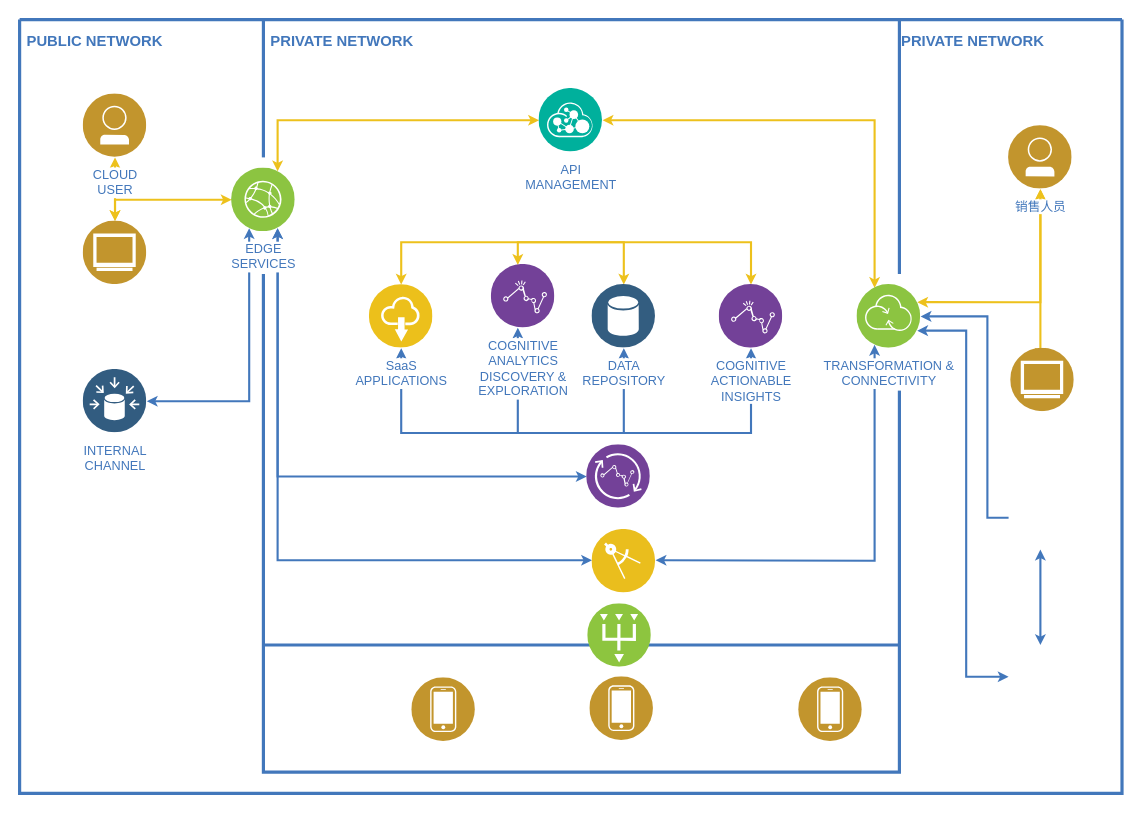
Before: craft/Untitled Diagram.drawio in feihu618/drawio, a draw.io diagram. Source tidied: cells renumbered, new cells numbered last; positions are measured from the earlier drawing's top-left corner, leaving out a move shared by most shapes. Both pictures are drawn from the tidied source at 106%, with x=0, y=0 at pixel (19, 19).
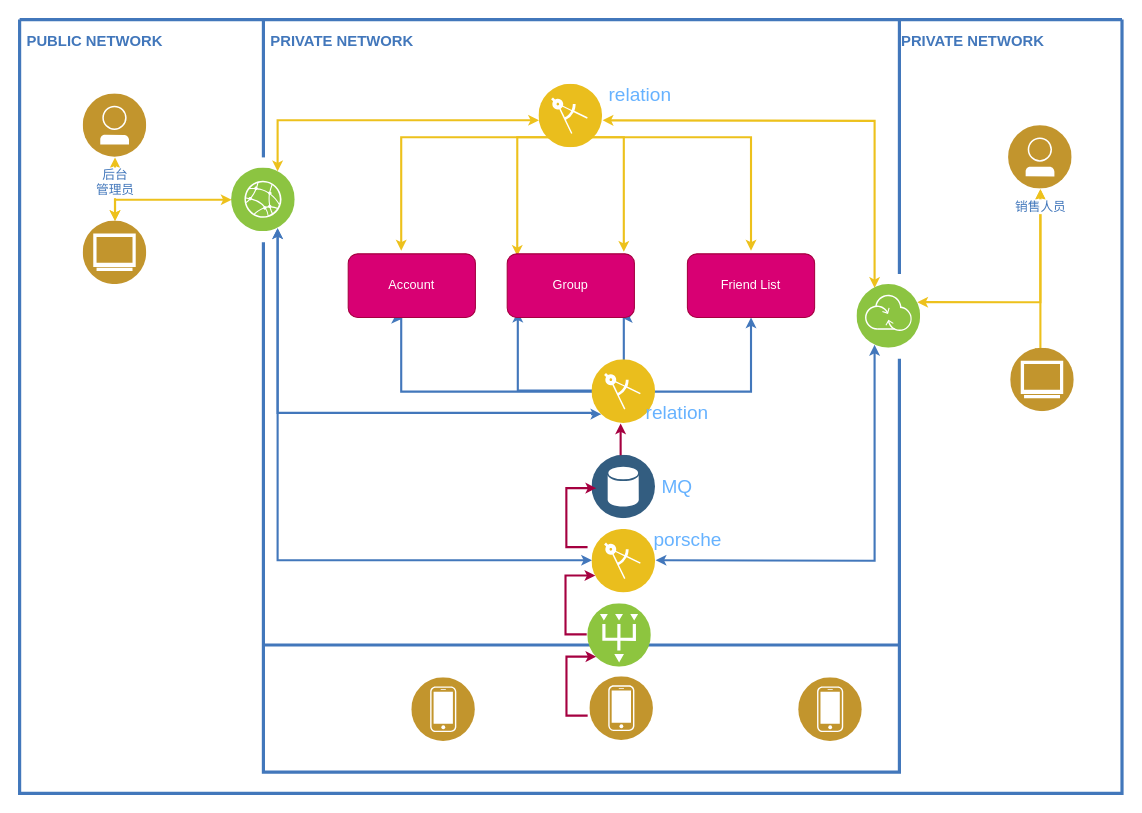
The same diagram, later.

Unchanged cells that the change refers to:
```xml
<mxCell id="2" style="swimlane;shadow=0;strokeColor=#4277BB;fillColor=#ffffff;fontColor=none;align=right;startSize=0;noLabel=1;strokeWidth=3;" parent="1" vertex="1">
  <mxGeometry width="1040" height="730" as="geometry" />
</mxCell>
<mxCell id="31" style="swimlane;shadow=0;labelBackgroundColor=#007FFF;strokeColor=#4277BB;fillColor=none;gradientColor=none;fontColor=#000000;align=right;startSize=0;strokeWidth=3;" parent="2" vertex="1">
  <mxGeometry x="230" y="590" width="600" height="120" as="geometry" />
</mxCell>
<mxCell id="43" style="perimeter=ellipsePerimeter;html=1;align=center;shadow=0;dashed=0;fontColor=#4277BB;labelBackgroundColor=#ffffff;fontSize=12;spacingTop=3;image;image=img/lib/ibm/applications/enterprise_applications.svg;" parent="2" vertex="1">
  <mxGeometry x="540" y="481" width="60" height="60" as="geometry" />
</mxCell>
```

Diff of the diagram source:
```diff
@@
-    <mxCell id="4" style="edgeStyle=orthogonalEdgeStyle;rounded=0;html=1;entryX=0.75;entryY=1;labelBackgroundColor=#ffffff;jettySize=auto;strokeColor=#4277BB;fontColor=#000000;strokeWidth=2;endSize=4;startSize=4;startArrow=classic;startFill=1;" parent="2" edge="1" source="28" target="22">
-      <mxGeometry relative="1" as="geometry" />
+    <mxCell id="4" style="edgeStyle=orthogonalEdgeStyle;rounded=0;html=1;entryX=0.75;entryY=1;labelBackgroundColor=#ffffff;jettySize=auto;strokeColor=#4277BB;fontColor=#000000;strokeWidth=2;endSize=4;startSize=4;startArrow=classic;startFill=1;exitX=0;exitY=1;exitDx=0;exitDy=0;" parent="2" edge="1" source="47" target="22">
+      <mxGeometry relative="1" as="geometry">
+        <Array as="points">
+          <mxPoint x="540" y="372" />
+          <mxPoint x="540" y="371" />
+          <mxPoint x="243" y="371" />
+        </Array>
+      </mxGeometry>
     </mxCell>
-    <mxCell id="5" style="edgeStyle=orthogonalEdgeStyle;rounded=0;html=1;entryX=0.25;entryY=1;labelBackgroundColor=#ffffff;jettySize=auto;strokeColor=#4277BB;fontColor=#000000;strokeWidth=2;endSize=4;startSize=4;startArrow=classic;startFill=1;" parent="2" edge="1" source="21" target="22">
-      <mxGeometry relative="1" as="geometry" />
-    </mxCell>
-    <mxCell id="6" style="edgeStyle=orthogonalEdgeStyle;rounded=0;html=1;entryX=0.25;entryY=0;labelBackgroundColor=#ffffff;jettySize=auto;strokeColor=#EDC11C;fontColor=#000000;startArrow=classic;strokeWidth=2;endSize=4;startSize=4;" parent="2" edge="1" source="23" target="29">
-      <mxGeometry relative="1" as="geometry" />
+    <mxCell id="6" style="edgeStyle=orthogonalEdgeStyle;rounded=0;html=1;entryX=0.25;entryY=0;labelBackgroundColor=#ffffff;jettySize=auto;strokeColor=#EDC11C;fontColor=#000000;startArrow=classic;strokeWidth=2;endSize=4;startSize=4;" parent="2" edge="1" target="29">
+      <mxGeometry relative="1" as="geometry">
+        <mxPoint x="550" y="95" as="sourcePoint" />
+      </mxGeometry>
     </mxCell>
-    <mxCell id="7" style="edgeStyle=orthogonalEdgeStyle;rounded=0;html=1;entryX=0.75;entryY=0;labelBackgroundColor=#ffffff;jettySize=auto;strokeColor=#EDC11C;fontColor=#000000;startArrow=classic;strokeWidth=2;endSize=4;startSize=4;" parent="2" edge="1" source="23" target="22">
+    <mxCell id="7" style="edgeStyle=orthogonalEdgeStyle;rounded=0;html=1;entryX=0.75;entryY=0;labelBackgroundColor=#ffffff;jettySize=auto;strokeColor=#EDC11C;fontColor=#000000;startArrow=classic;strokeWidth=2;endSize=4;startSize=4;" parent="2" edge="1" target="22">
       <mxGeometry relative="1" as="geometry">
+        <mxPoint x="490" y="95" as="sourcePoint" />
         <Array as="points">
           <mxPoint x="243" y="95" />
         </Array>
       </mxGeometry>
     </mxCell>
-    <mxCell id="8" style="edgeStyle=orthogonalEdgeStyle;rounded=0;html=1;labelBackgroundColor=#ffffff;jettySize=auto;strokeColor=#4277BB;fontColor=#000000;strokeWidth=2;endSize=4;startSize=4;startArrow=classic;startFill=1;" parent="2" edge="1" source="24" target="27">
+    <mxCell id="8" style="edgeStyle=orthogonalEdgeStyle;rounded=0;html=1;labelBackgroundColor=#ffffff;jettySize=auto;strokeColor=#4277BB;fontColor=#000000;strokeWidth=2;endSize=4;startSize=4;startArrow=classic;startFill=1;exitX=0.425;exitY=1.017;exitDx=0;exitDy=0;exitPerimeter=0;entryX=0.5;entryY=1;entryDx=0;entryDy=0;" parent="2" edge="1" source="52" target="54">
       <mxGeometry relative="1" as="geometry">
         <Array as="points">
-          <mxPoint x="360" y="390" />
-          <mxPoint x="690" y="390" />
+          <mxPoint x="360" y="282" />
+          <mxPoint x="360" y="351" />
+          <mxPoint x="690" y="351" />
         </Array>
       </mxGeometry>
     </mxCell>
-    <mxCell id="9" style="edgeStyle=orthogonalEdgeStyle;rounded=0;html=1;labelBackgroundColor=#ffffff;jettySize=auto;strokeColor=#EDC11C;fontColor=#000000;startArrow=classic;strokeWidth=2;endSize=4;startSize=4;" parent="2" edge="1" source="24" target="27">
+    <mxCell id="9" style="edgeStyle=orthogonalEdgeStyle;rounded=0;html=1;labelBackgroundColor=#ffffff;jettySize=auto;orthogonalLoop=1;strokeColor=#EDC11C;fontColor=#000000;startArrow=classic;strokeWidth=2;endSize=4;startSize=4;" parent="2" edge="1">
       <mxGeometry relative="1" as="geometry">
+        <mxPoint x="360" y="218" as="sourcePoint" />
+        <mxPoint x="690" y="218" as="targetPoint" />
         <Array as="points">
-          <mxPoint x="360" y="210" />
-          <mxPoint x="690" y="210" />
+          <mxPoint x="360" y="111" />
+          <mxPoint x="690" y="111" />
         </Array>
       </mxGeometry>
     </mxCell>
-    <mxCell id="10" style="edgeStyle=orthogonalEdgeStyle;rounded=0;html=1;labelBackgroundColor=#ffffff;jettySize=auto;strokeColor=#4277BB;fontColor=#000000;strokeWidth=2;endSize=4;startSize=4;startArrow=classic;startFill=1;" parent="2" edge="1" source="25" target="26">
+    <mxCell id="10" style="edgeStyle=orthogonalEdgeStyle;rounded=0;html=1;labelBackgroundColor=#ffffff;jettySize=auto;strokeColor=#4277BB;fontColor=#000000;strokeWidth=2;endSize=4;startSize=4;startArrow=classic;startFill=1;entryX=0.9;entryY=1;entryDx=0;entryDy=0;entryPerimeter=0;" parent="2" edge="1" target="53">
       <mxGeometry relative="1" as="geometry">
+        <mxPoint x="470" y="275.6" as="sourcePoint" />
         <Array as="points">
-          <mxPoint x="470" y="390" />
-          <mxPoint x="570" y="390" />
+          <mxPoint x="470" y="350" />
+          <mxPoint x="570" y="350" />
+          <mxPoint x="570" y="281" />
         </Array>
       </mxGeometry>
     </mxCell>
-    <mxCell id="11" style="edgeStyle=orthogonalEdgeStyle;rounded=0;html=1;labelBackgroundColor=#ffffff;jettySize=auto;strokeColor=#EDC11C;fontColor=#000000;startArrow=classic;strokeWidth=2;endSize=4;startSize=4;" parent="2" edge="1" source="25" target="26">
+    <mxCell id="11" style="edgeStyle=orthogonalEdgeStyle;rounded=0;html=1;labelBackgroundColor=#ffffff;jettySize=auto;strokeColor=#EDC11C;fontColor=#000000;startArrow=classic;strokeWidth=2;endSize=4;startSize=4;exitX=0.079;exitY=0.033;exitDx=0;exitDy=0;exitPerimeter=0;" parent="2" edge="1" source="53">
       <mxGeometry relative="1" as="geometry">
+        <mxPoint x="570" y="219" as="targetPoint" />
         <Array as="points">
-          <mxPoint x="470" y="210" />
-          <mxPoint x="570" y="210" />
+          <mxPoint x="470" y="111" />
+          <mxPoint x="570" y="111" />
         </Array>
       </mxGeometry>
     </mxCell>
@@
-    <mxCell id="16" style="edgeStyle=orthogonalEdgeStyle;rounded=0;html=1;entryX=1;entryY=0.5;labelBackgroundColor=#ffffff;jettySize=auto;strokeColor=#4277BB;fontColor=#000000;strokeWidth=2;endSize=4;startSize=4;" parent="2" edge="1" target="29">
-      <mxGeometry relative="1" as="geometry">
-        <mxPoint x="933" y="470" as="sourcePoint" />
-        <Array as="points">
-          <mxPoint x="913" y="470" />
-          <mxPoint x="913" y="280" />
-        </Array>
-      </mxGeometry>
-    </mxCell>
-    <mxCell id="17" style="edgeStyle=orthogonalEdgeStyle;rounded=0;html=1;labelBackgroundColor=#ffffff;jettySize=auto;orthogonalLoop=1;strokeColor=#4277BB;fontColor=#000000;strokeWidth=2;endSize=4;startSize=4;startArrow=classic;startFill=1;" parent="2" edge="1">
-      <mxGeometry relative="1" as="geometry">
-        <mxPoint x="963" y="500" as="sourcePoint" />
-        <mxPoint x="963" y="590" as="targetPoint" />
-      </mxGeometry>
-    </mxCell>
-    <mxCell id="18" style="edgeStyle=orthogonalEdgeStyle;rounded=0;html=1;entryX=1;entryY=0.75;labelBackgroundColor=#ffffff;jettySize=auto;strokeColor=#4277BB;fontColor=#000000;strokeWidth=2;endSize=4;startSize=4;startArrow=classic;startFill=1;" parent="2" edge="1" target="29">
-      <mxGeometry relative="1" as="geometry">
-        <mxPoint x="933" y="620" as="sourcePoint" />
-        <Array as="points">
-          <mxPoint x="893" y="620" />
-          <mxPoint x="893" y="293" />
-        </Array>
-      </mxGeometry>
-    </mxCell>
-    <mxCell id="19" value="CLOUD&lt;div&gt;USER&lt;/div&gt;" style="perimeter=ellipsePerimeter;html=1;align=center;shadow=0;dashed=0;image;image=img/lib/ibm/users/user.svg;strokeColor=#FF0000;fillColor=#FFFF66;gradientColor=none;fontColor=#4277BB;labelBackgroundColor=#ffffff;fontSize=12;spacingTop=3;" parent="2" vertex="1">
+    <mxCell id="19" value="后台&lt;br&gt;管理员" style="perimeter=ellipsePerimeter;html=1;align=center;shadow=0;dashed=0;image;image=img/lib/ibm/users/user.svg;strokeColor=#FF0000;fillColor=#FFFF66;gradientColor=none;fontColor=#4277BB;labelBackgroundColor=#ffffff;fontSize=12;spacingTop=3;" parent="2" vertex="1">
       <mxGeometry x="60" y="70" width="60" height="60" as="geometry" />
     </mxCell>
@@
-    <mxCell id="21" value="INTERNAL&lt;div&gt;CHANNEL&lt;/div&gt;" style="perimeter=ellipsePerimeter;html=1;align=center;shadow=0;dashed=0;image;image=img/lib/ibm/data/data_sources.svg;strokeColor=#FF0000;fillColor=#FFFF66;gradientColor=none;fontColor=#4277BB;labelBackgroundColor=#ffffff;spacingTop=3;" parent="2" vertex="1">
-      <mxGeometry x="60" y="330" width="60" height="60" as="geometry" />
-    </mxCell>
-    <mxCell id="22" value="EDGE&lt;div&gt;SERVICES&lt;/div&gt;" style="perimeter=ellipsePerimeter;html=1;align=center;shadow=0;dashed=0;image;image=img/lib/ibm/infrastructure/edge_services.svg;strokeColor=#FF0000;fillColor=#FFFF66;gradientColor=none;fontColor=#4277BB;labelBackgroundColor=#ffffff;spacingTop=3;" parent="2" vertex="1">
+    <mxCell id="22" style="perimeter=ellipsePerimeter;html=1;align=center;shadow=0;dashed=0;image;image=img/lib/ibm/infrastructure/edge_services.svg;strokeColor=#FF0000;fillColor=#FFFF66;gradientColor=none;fontColor=#4277BB;labelBackgroundColor=#ffffff;spacingTop=3;" parent="2" vertex="1">
       <mxGeometry x="200" y="140" width="60" height="60" as="geometry" />
     </mxCell>
-    <mxCell id="23" value="API&lt;div&gt;MANAGEMENT&lt;/div&gt;" style="perimeter=ellipsePerimeter;html=1;align=center;shadow=0;dashed=0;image;image=img/lib/ibm/management/api_management.svg;strokeColor=#FF0000;fillColor=#FFFF66;gradientColor=none;fontColor=#4277BB;labelBackgroundColor=#ffffff;spacingTop=3;" parent="2" vertex="1">
-      <mxGeometry x="490" y="65" width="60" height="60" as="geometry" />
-    </mxCell>
-    <mxCell id="24" value="SaaS&lt;div&gt;APPLICATIONS&lt;/div&gt;" style="perimeter=ellipsePerimeter;html=1;align=center;shadow=0;dashed=0;image;image=img/lib/ibm/applications/saas_applications.svg;strokeColor=#FF0000;fillColor=#FFFF66;gradientColor=none;fontColor=#4277BB;labelBackgroundColor=#ffffff;spacingTop=3;" parent="2" vertex="1">
-      <mxGeometry x="330" y="250" width="60" height="60" as="geometry" />
-    </mxCell>
-    <mxCell id="25" value="COGNITIVE&lt;div&gt;ANALYTICS&lt;/div&gt;&lt;div&gt;DISCOVERY &amp;amp;&lt;/div&gt;&lt;div&gt;EXPLORATION&lt;/div&gt;" style="perimeter=ellipsePerimeter;html=1;align=center;shadow=0;dashed=0;image;image=img/lib/ibm/analytics/analytics.svg;strokeColor=#FF0000;fillColor=#FFFF66;gradientColor=none;fontColor=#4277BB;labelBackgroundColor=#ffffff;spacingTop=3;" parent="2" vertex="1">
-      <mxGeometry x="445" y="231" width="60" height="60" as="geometry" />
-    </mxCell>
-    <mxCell id="26" value="DATA&lt;div&gt;REPOSITORY&lt;/div&gt;" style="perimeter=ellipsePerimeter;html=1;align=center;shadow=0;dashed=0;image;image=img/lib/ibm/data/data_services.svg;strokeColor=#FF0000;fillColor=#FFFF66;gradientColor=none;fontColor=#4277BB;labelBackgroundColor=#ffffff;spacingTop=3;" parent="2" vertex="1">
-      <mxGeometry x="540" y="250" width="60" height="60" as="geometry" />
-    </mxCell>
-    <mxCell id="27" value="COGNITIVE&lt;div&gt;ACTIONABLE&lt;/div&gt;&lt;div&gt;INSIGHTS&lt;/div&gt;" style="perimeter=ellipsePerimeter;html=1;align=center;shadow=0;dashed=0;image;image=img/lib/ibm/analytics/analytics.svg;strokeColor=#FF0000;fillColor=#FFFF66;gradientColor=none;fontColor=#4277BB;labelBackgroundColor=#ffffff;spacingTop=3;" parent="2" vertex="1">
-      <mxGeometry x="660" y="250" width="60" height="60" as="geometry" />
-    </mxCell>
-    <mxCell id="28" style="perimeter=ellipsePerimeter;html=1;align=center;shadow=0;dashed=0;image;image=img/lib/ibm/analytics/streaming_computing.svg;strokeColor=#FF0000;fillColor=#FFFF66;gradientColor=none;fontColor=#4277BB;labelBackgroundColor=#ffffff;spacingTop=3;" parent="2" vertex="1">
-      <mxGeometry x="535" y="401" width="60" height="60" as="geometry" />
-    </mxCell>
-    <mxCell id="29" value="TRANSFORMATION &amp;amp;&lt;div&gt;CONNECTIVITY&lt;/div&gt;" style="perimeter=ellipsePerimeter;html=1;align=center;shadow=0;dashed=0;image;image=img/lib/ibm/infrastructure/transformation_connectivity.svg;strokeColor=#FF0000;fillColor=#FFFF66;gradientColor=none;fontColor=#4277BB;labelBackgroundColor=#ffffff;spacingTop=3;" parent="2" vertex="1">
+    <mxCell id="29" value="&lt;br&gt;" style="perimeter=ellipsePerimeter;html=1;align=center;shadow=0;dashed=0;image;image=img/lib/ibm/infrastructure/transformation_connectivity.svg;strokeColor=#FF0000;fillColor=#FFFF66;gradientColor=none;fontColor=#4277BB;labelBackgroundColor=#ffffff;spacingTop=3;" parent="2" vertex="1">
       <mxGeometry x="790" y="250" width="60" height="60" as="geometry" />
     </mxCell>
@@
+    <mxCell id="46" style="edgeStyle=orthogonalEdgeStyle;rounded=0;html=1;entryX=0;entryY=0.75;labelBackgroundColor=#ffffff;jettySize=auto;orthogonalLoop=1;strokeColor=#A50040;fontColor=#000000;strokeWidth=2;endSize=4;startSize=4;entryDx=0;entryDy=0;fillColor=#d80073;" parent="31" edge="1">
+      <mxGeometry relative="1" as="geometry">
+        <mxPoint x="305.9" y="66.6" as="sourcePoint" />
+        <mxPoint x="314.1" y="11" as="targetPoint" />
+        <Array as="points">
+          <mxPoint x="285.9" y="66.6" />
+          <mxPoint x="285.9" y="10.6" />
+        </Array>
+      </mxGeometry>
+    </mxCell>
@@
     <mxCell id="37" style="line;strokeWidth=3;direction=south;html=1;shadow=0;labelBackgroundColor=none;fillColor=none;gradientColor=none;fontSize=12;fontColor=#4277BB;align=right;strokeColor=#4277BB;" parent="2" vertex="1">
-      <mxGeometry x="225" y="240" width="10" height="350" as="geometry" />
+      <mxGeometry x="225" y="210" width="10" height="380" as="geometry" />
     </mxCell>
     <mxCell id="38" style="line;strokeWidth=3;direction=south;html=1;shadow=0;labelBackgroundColor=none;fillColor=none;gradientColor=none;fontSize=12;fontColor=#4277BB;align=right;strokeColor=#4277BB;" parent="2" vertex="1">
-      <mxGeometry x="825" y="350" width="10" height="240" as="geometry" />
+      <mxGeometry x="825" y="320" width="10" height="270" as="geometry" />
     </mxCell>
@@
+    <mxCell id="47" style="perimeter=ellipsePerimeter;html=1;align=center;shadow=0;dashed=0;fontColor=#4277BB;labelBackgroundColor=#ffffff;fontSize=12;spacingTop=3;image;image=img/lib/ibm/applications/enterprise_applications.svg;" parent="2" vertex="1">
+      <mxGeometry x="540" y="321" width="60" height="60" as="geometry" />
+    </mxCell>
+    <mxCell id="48" style="edgeStyle=orthogonalEdgeStyle;rounded=0;html=1;entryX=0;entryY=0.75;labelBackgroundColor=#ffffff;jettySize=auto;strokeColor=#A50040;fontColor=#000000;strokeWidth=2;endSize=4;startSize=4;entryDx=0;entryDy=0;fillColor=#d80073;" parent="2" edge="1" target="43">
+      <mxGeometry relative="1" as="geometry">
+        <mxPoint x="535" y="580" as="sourcePoint" />
+        <Array as="points">
+          <mxPoint x="515" y="580" />
+          <mxPoint x="515" y="524" />
+        </Array>
+      </mxGeometry>
+    </mxCell>
+    <mxCell id="49" style="perimeter=ellipsePerimeter;html=1;align=center;shadow=0;dashed=0;image;image=img/lib/ibm/data/data_services.svg;strokeColor=#FF0000;fillColor=#FFFF66;gradientColor=none;fontColor=#4277BB;labelBackgroundColor=#ffffff;spacingTop=3;" parent="2" vertex="1">
+      <mxGeometry x="540" y="411" width="60" height="60" as="geometry" />
+    </mxCell>
+    <mxCell id="50" style="edgeStyle=orthogonalEdgeStyle;rounded=0;html=1;entryX=0;entryY=0.75;labelBackgroundColor=#ffffff;jettySize=auto;orthogonalLoop=1;strokeColor=#A50040;fontColor=#000000;strokeWidth=2;endSize=4;startSize=4;entryDx=0;entryDy=0;fillColor=#d80073;" parent="2" edge="1">
+      <mxGeometry relative="1" as="geometry">
+        <mxPoint x="535.8" y="497.6" as="sourcePoint" />
+        <mxPoint x="544" y="442" as="targetPoint" />
+        <Array as="points">
+          <mxPoint x="515.8" y="497.6" />
+          <mxPoint x="515.8" y="441.6" />
+        </Array>
+      </mxGeometry>
+    </mxCell>
+    <mxCell id="51" style="edgeStyle=orthogonalEdgeStyle;rounded=0;html=1;labelBackgroundColor=#ffffff;jettySize=auto;orthogonalLoop=1;strokeColor=#A50040;fontColor=#000000;strokeWidth=2;endSize=4;startSize=4;fillColor=#d80073;" parent="2" edge="1">
+      <mxGeometry relative="1" as="geometry">
+        <mxPoint x="567" y="411" as="sourcePoint" />
+        <mxPoint x="567" y="381" as="targetPoint" />
+        <Array as="points">
+          <mxPoint x="566.8" y="411" />
+          <mxPoint x="566.8" y="355" />
+        </Array>
+      </mxGeometry>
+    </mxCell>
+    <mxCell id="52" value="Account" style="rounded=1;whiteSpace=wrap;html=1;fillColor=#d80073;strokeColor=#A50040;fontColor=#ffffff;" parent="2" vertex="1">
+      <mxGeometry x="310" y="221" width="120" height="60" as="geometry" />
+    </mxCell>
+    <mxCell id="53" value="Group" style="rounded=1;whiteSpace=wrap;html=1;fillColor=#d80073;strokeColor=#A50040;fontColor=#ffffff;" parent="2" vertex="1">
+      <mxGeometry x="460" y="221" width="120" height="60" as="geometry" />
+    </mxCell>
+    <mxCell id="54" value="Friend List" style="rounded=1;whiteSpace=wrap;html=1;fillColor=#d80073;strokeColor=#A50040;fontColor=#ffffff;" parent="2" vertex="1">
+      <mxGeometry x="630" y="221" width="120" height="60" as="geometry" />
+    </mxCell>
+    <mxCell id="55" style="perimeter=ellipsePerimeter;html=1;align=center;shadow=0;dashed=0;fontColor=#4277BB;labelBackgroundColor=#ffffff;fontSize=12;spacingTop=3;image;image=img/lib/ibm/applications/enterprise_applications.svg;" parent="2" vertex="1">
+      <mxGeometry x="490" y="61" width="60" height="60" as="geometry" />
+    </mxCell>
+    <mxCell id="56" value="&lt;font color=&quot;#66b2ff&quot; style=&quot;font-size: 18px&quot;&gt;MQ&lt;/font&gt;" style="text;html=1;align=center;verticalAlign=middle;fillColor=none;strokeColor=none;rounded=0;" parent="2" vertex="1">
+      <mxGeometry x="600" y="431" width="40" height="20" as="geometry" />
+    </mxCell>
+    <mxCell id="57" value="&lt;font color=&quot;#66b2ff&quot;&gt;&lt;span style=&quot;font-size: 18px&quot;&gt;porsche&lt;/span&gt;&lt;/font&gt;" style="text;html=1;align=center;verticalAlign=middle;fillColor=none;strokeColor=none;rounded=0;" parent="2" vertex="1">
+      <mxGeometry x="590" y="481" width="80" height="20" as="geometry" />
+    </mxCell>
+    <mxCell id="58" value="&lt;font color=&quot;#66b2ff&quot;&gt;&lt;span style=&quot;font-size: 18px&quot;&gt;relation&lt;/span&gt;&lt;/font&gt;" style="text;html=1;align=center;verticalAlign=middle;fillColor=none;strokeColor=none;rounded=0;" parent="2" vertex="1">
+      <mxGeometry x="585" y="361" width="70" height="20" as="geometry" />
+    </mxCell>
+    <mxCell id="59" value="&lt;font color=&quot;#66b2ff&quot;&gt;&lt;span style=&quot;font-size: 18px&quot;&gt;relation&lt;/span&gt;&lt;/font&gt;" style="text;html=1;align=center;verticalAlign=middle;fillColor=none;strokeColor=none;rounded=0;" parent="2" vertex="1">
+      <mxGeometry x="550" y="61" width="70" height="20" as="geometry" />
+    </mxCell>
```
